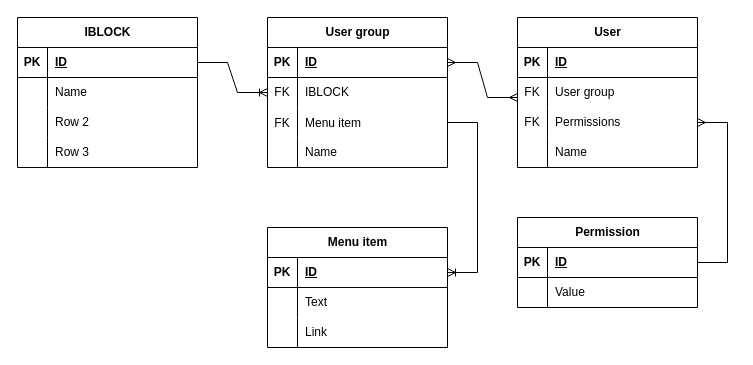
Above: Untitled Diagram.drawio in aslanov-ik/drawio (draw.io), before the change. Source tidied: cells renumbered, new cells numbered last; positions are measured from the earlier drawing's top-left corner, leaving out a move shared by most shapes. Both pictures are drawn from the tidied source at 100%, with x=0, y=0 at pixel (17, 17).
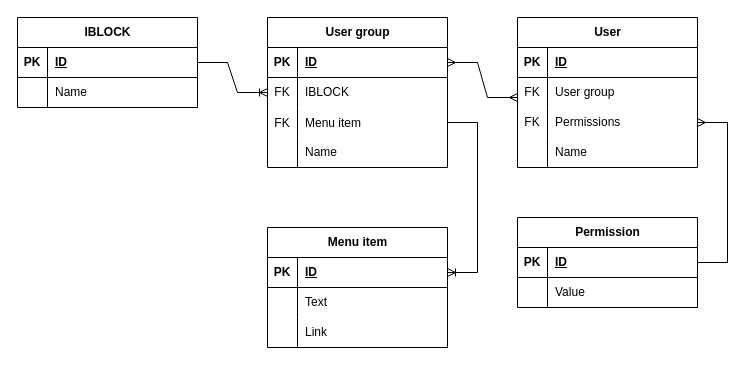
Above is the later version.

Change to the diagram source:
```diff
@@
     <mxCell id="2" value="IBLOCK" style="shape=table;startSize=30;childLayout=tableLayout;rowLines=0;fontStyle=1;align=center;html=1;" parent="1" vertex="1">
-      <mxGeometry width="180" height="150" as="geometry" />
+      <mxGeometry width="180" height="90" as="geometry" />
     </mxCell>
@@
-    <mxCell id="9" style="shape=tableRow;horizontal=0;startSize=0;swimlaneHead=0;swimlaneBody=0;fillColor=none;top=0;left=0;right=0;bottom=0;" parent="2" vertex="1">
-      <mxGeometry y="90" width="180" height="30" as="geometry" />
-    </mxCell>
-    <mxCell id="10" style="shape=partialRectangle;fillColor=none;top=0;left=0;bottom=0;right=0;overflow=hidden;whiteSpace=wrap;html=1;" parent="9" vertex="1">
-      <mxGeometry width="30" height="30" as="geometry" />
-    </mxCell>
-    <mxCell id="11" value="Row 2" style="shape=partialRectangle;fillColor=none;top=0;left=0;bottom=0;right=0;align=left;spacingLeft=6;overflow=hidden;whiteSpace=wrap;html=1;" parent="9" vertex="1">
-      <mxGeometry x="30" width="150" height="30" as="geometry" />
-    </mxCell>
-    <mxCell id="12" style="shape=tableRow;horizontal=0;startSize=0;swimlaneHead=0;swimlaneBody=0;fillColor=none;top=0;left=0;right=0;bottom=0;" parent="2" vertex="1">
-      <mxGeometry y="120" width="180" height="30" as="geometry" />
-    </mxCell>
-    <mxCell id="13" style="shape=partialRectangle;fillColor=none;top=0;left=0;bottom=0;right=0;overflow=hidden;whiteSpace=wrap;html=1;" parent="12" vertex="1">
-      <mxGeometry width="30" height="30" as="geometry" />
-    </mxCell>
-    <mxCell id="14" value="Row 3" style="shape=partialRectangle;fillColor=none;top=0;left=0;bottom=0;right=0;align=left;spacingLeft=6;overflow=hidden;whiteSpace=wrap;html=1;" parent="12" vertex="1">
-      <mxGeometry x="30" width="150" height="30" as="geometry" />
-    </mxCell>
```
